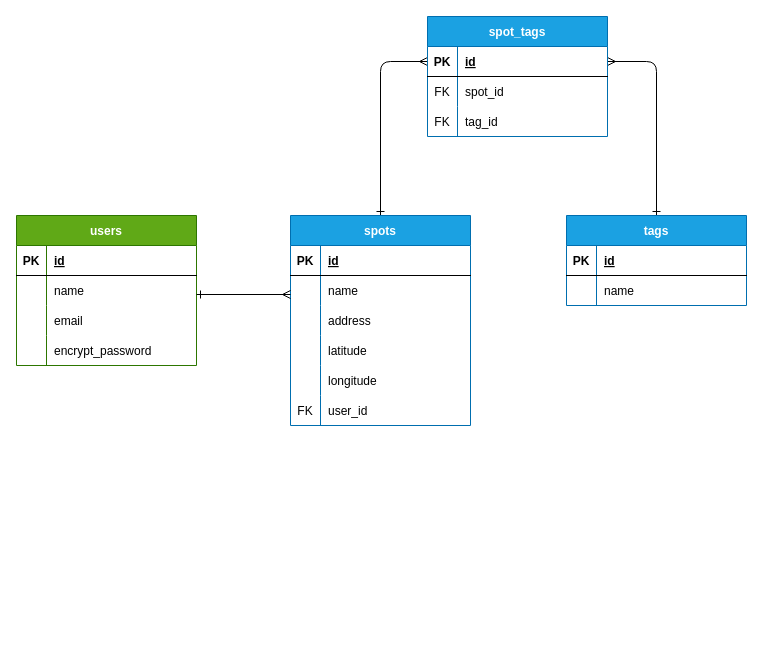
Above: pay_search.dio in haru428jp/pay_search (draw.io), before the change. Source tidied: cells renumbered, new cells numbered last; positions are measured from the earlier drawing's top-left corner, leaving out a move shared by most shapes. Both pictures are drawn from the tidied source at 100%, with x=0, y=0 at pixel (16, 16).
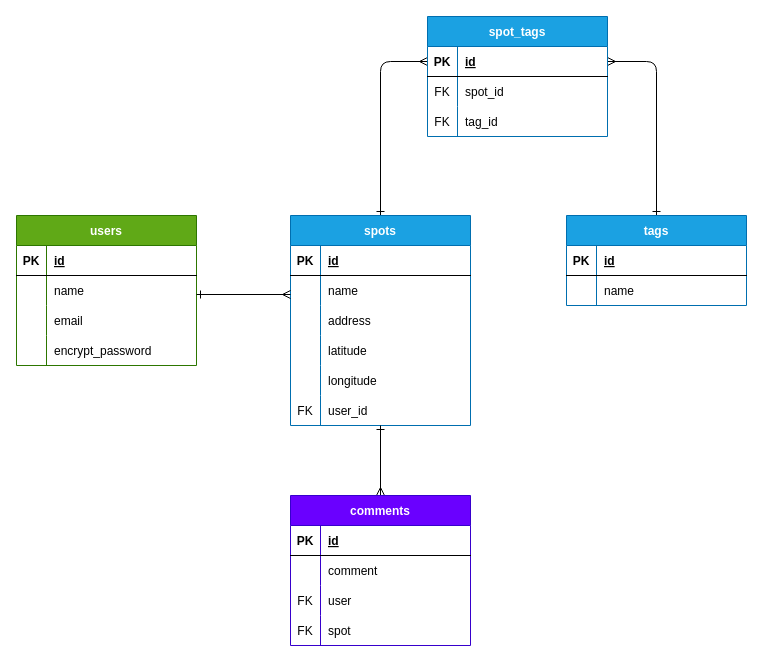
Above is the later version.

Change to the diagram source:
```diff
@@
+    <mxCell id="54" style="edgeStyle=none;html=1;exitX=0.5;exitY=0;exitDx=0;exitDy=0;endArrow=ERone;endFill=0;startArrow=ERmany;startFill=0;" parent="1" edge="1" source="55">
+      <mxGeometry relative="1" as="geometry">
+        <mxPoint x="364" y="409" as="targetPoint" />
+      </mxGeometry>
+    </mxCell>
+    <mxCell id="55" value="comments" style="shape=table;startSize=30;childLayout=tableLayout;rowLines=0;fontStyle=1;align=center;fillColor=#6a00ff;strokeColor=#3700CC;fontColor=#ffffff;" parent="1" vertex="1">
+      <mxGeometry x="274" y="479" width="180" height="150" as="geometry" />
+    </mxCell>
+    <mxCell id="56" style="shape=tableRow;horizontal=0;startSize=0;swimlaneHead=0;swimlaneBody=0;fillColor=none;top=0;left=0;right=0;bottom=1;" parent="55" vertex="1">
+      <mxGeometry y="30" width="180" height="30" as="geometry" />
+    </mxCell>
+    <mxCell id="57" value="PK" style="shape=partialRectangle;fillColor=none;top=0;left=0;bottom=0;right=0;fontStyle=1;overflow=hidden;" parent="56" vertex="1">
+      <mxGeometry width="30" height="30" as="geometry" />
+    </mxCell>
+    <mxCell id="58" value="id" style="shape=partialRectangle;fillColor=none;top=0;left=0;bottom=0;right=0;align=left;spacingLeft=6;fontStyle=5;overflow=hidden;" parent="56" vertex="1">
+      <mxGeometry x="30" width="150" height="30" as="geometry" />
+    </mxCell>
+    <mxCell id="59" style="shape=tableRow;horizontal=0;startSize=0;swimlaneHead=0;swimlaneBody=0;fillColor=none;top=0;left=0;right=0;bottom=0;" parent="55" vertex="1">
+      <mxGeometry y="60" width="180" height="30" as="geometry" />
+    </mxCell>
+    <mxCell id="60" style="shape=partialRectangle;fillColor=none;top=0;left=0;bottom=0;right=0;overflow=hidden;" parent="59" vertex="1">
+      <mxGeometry width="30" height="30" as="geometry" />
+    </mxCell>
+    <mxCell id="61" value="comment" style="shape=partialRectangle;fillColor=none;top=0;left=0;bottom=0;right=0;align=left;spacingLeft=6;overflow=hidden;" parent="59" vertex="1">
+      <mxGeometry x="30" width="150" height="30" as="geometry" />
+    </mxCell>
+    <mxCell id="62" style="shape=tableRow;horizontal=0;startSize=0;swimlaneHead=0;swimlaneBody=0;fillColor=none;top=0;left=0;right=0;bottom=0;" parent="55" vertex="1">
+      <mxGeometry y="90" width="180" height="30" as="geometry" />
+    </mxCell>
+    <mxCell id="63" value="FK" style="shape=partialRectangle;fillColor=none;top=0;left=0;bottom=0;right=0;overflow=hidden;" parent="62" vertex="1">
+      <mxGeometry width="30" height="30" as="geometry" />
+    </mxCell>
+    <mxCell id="64" value="user" style="shape=partialRectangle;fillColor=none;top=0;left=0;bottom=0;right=0;align=left;spacingLeft=6;overflow=hidden;" parent="62" vertex="1">
+      <mxGeometry x="30" width="150" height="30" as="geometry" />
+    </mxCell>
+    <mxCell id="65" style="shape=tableRow;horizontal=0;startSize=0;swimlaneHead=0;swimlaneBody=0;fillColor=none;top=0;left=0;right=0;bottom=0;" parent="55" vertex="1">
+      <mxGeometry y="120" width="180" height="30" as="geometry" />
+    </mxCell>
+    <mxCell id="66" value="FK" style="shape=partialRectangle;fillColor=none;top=0;left=0;bottom=0;right=0;overflow=hidden;" parent="65" vertex="1">
+      <mxGeometry width="30" height="30" as="geometry" />
+    </mxCell>
+    <mxCell id="67" value="spot" style="shape=partialRectangle;fillColor=none;top=0;left=0;bottom=0;right=0;align=left;spacingLeft=6;overflow=hidden;" parent="65" vertex="1">
+      <mxGeometry x="30" width="150" height="30" as="geometry" />
+    </mxCell>
```
